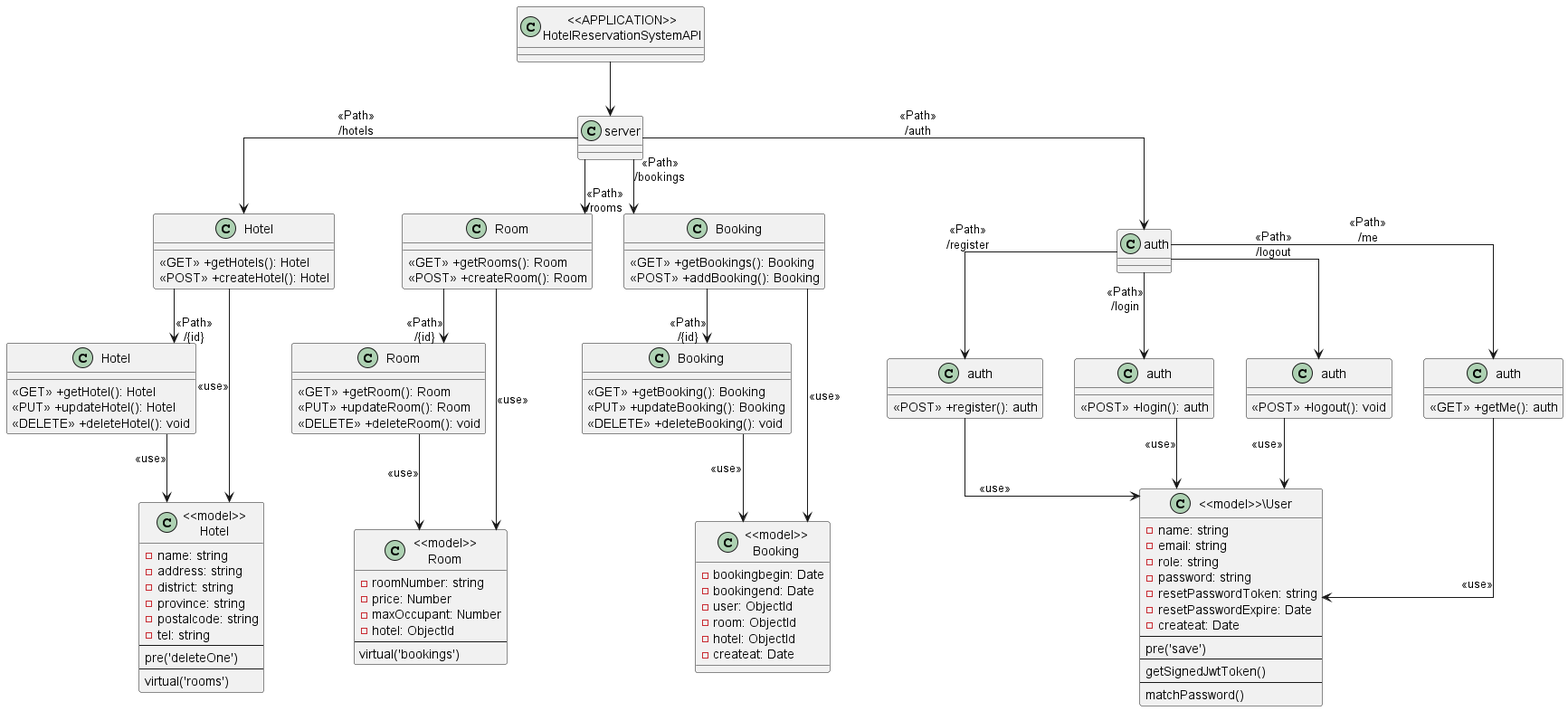
Earlier version of the PlantUML export out/UML/ClassDiagram/HotelReservationSystemAPI/HotelReservationSystemAPI.png (2110503TACEDT66/presentation-day-1-chue-rai-dee).
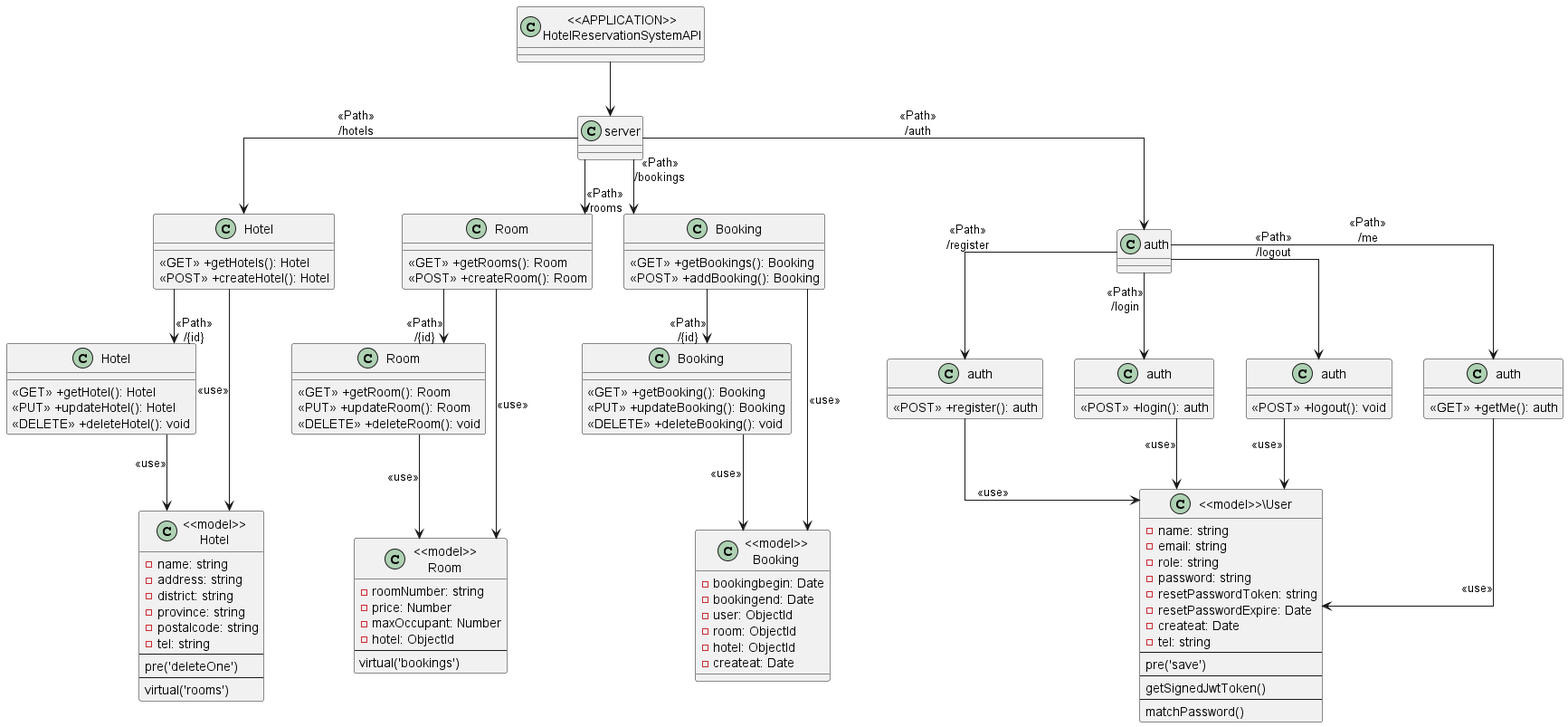
Later version of the same file.

Commit message:
add tel to user in class diagram

Diff of the diagram source:
```diff
@@ -101,6 +101,7 @@
   -resetPasswordToken: string
   -resetPasswordExpire: Date
   -createat: Date
+  -tel: string
   --
   pre('save')
   --
```
